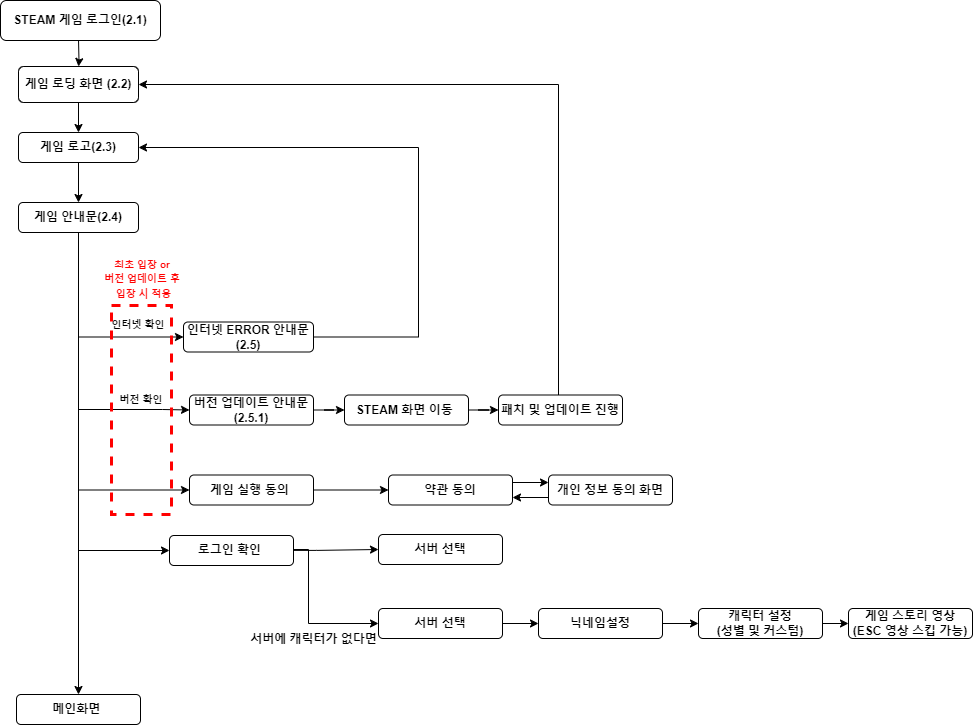
Earlier version of the draw.io export 게임진행_순서도.drawio.png (DeokgyunSHIN/Game_Flowchart). Source tidied: cells renumbered, new cells last; positions are measured from the earlier drawing's top-left corner, leaving out a move shared by most shapes.
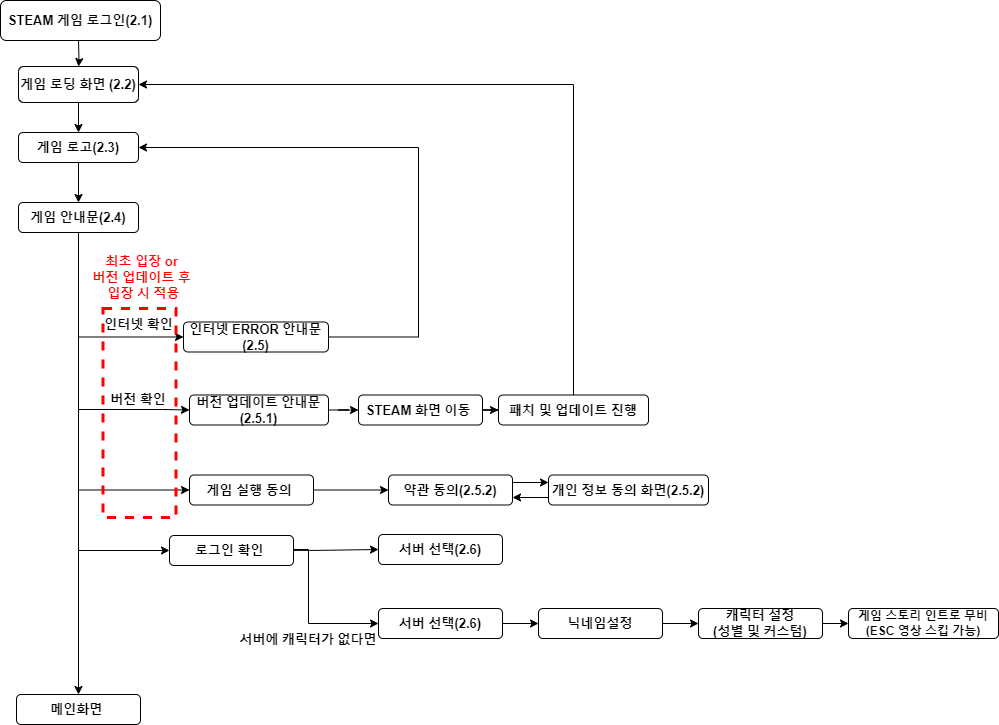
The same file after the commit.

Commit message:
게임진행_순서도.drawio.png 업데이트

What changed in the source:
```diff
@@ -2,40 +2,40 @@
   <root>
     <mxCell id="0" />
     <mxCell id="1" parent="0" />
-    <mxCell id="2" style="edgeStyle=orthogonalEdgeStyle;rounded=0;jettySize=auto;html=1;" parent="1" edge="1" target="6">
+    <mxCell id="2" style="edgeStyle=orthogonalEdgeStyle;rounded=0;jettySize=auto;html=1;fontSize=13;" parent="1" edge="1" target="6">
       <mxGeometry relative="1" as="geometry">
         <mxPoint x="78" y="40" as="sourcePoint" />
       </mxGeometry>
     </mxCell>
-    <mxCell id="3" value="STEAM 게임 로그인(2.1)" style="rounded=1;whiteSpace=wrap;html=1;fontStyle=1;" parent="1" vertex="1">
+    <mxCell id="3" value="STEAM 게임 로그인(2.1)" style="rounded=1;whiteSpace=wrap;html=1;fontStyle=1;fontSize=13;" parent="1" vertex="1">
       <mxGeometry width="160" height="40" as="geometry" />
     </mxCell>
-    <mxCell id="4" style="edgeStyle=orthogonalEdgeStyle;rounded=0;orthogonalLoop=1;jettySize=auto;html=1;exitX=0.5;exitY=1;exitDx=0;exitDy=0;" parent="1" edge="1">
+    <mxCell id="4" style="edgeStyle=orthogonalEdgeStyle;rounded=0;orthogonalLoop=1;jettySize=auto;html=1;exitX=0.5;exitY=1;exitDx=0;exitDy=0;fontSize=13;" parent="1" edge="1">
       <mxGeometry relative="1" as="geometry">
         <mxPoint x="78" y="40" as="sourcePoint" />
         <mxPoint x="78" y="40" as="targetPoint" />
       </mxGeometry>
     </mxCell>
-    <mxCell id="5" style="edgeStyle=orthogonalEdgeStyle;rounded=0;jettySize=auto;html=1;entryX=0.5;entryY=0;entryDx=0;entryDy=0;" parent="1" edge="1" source="6" target="8">
+    <mxCell id="5" style="edgeStyle=orthogonalEdgeStyle;rounded=0;jettySize=auto;html=1;entryX=0.5;entryY=0;entryDx=0;entryDy=0;fontSize=13;" parent="1" edge="1" source="6" target="8">
       <mxGeometry relative="1" as="geometry" />
     </mxCell>
-    <mxCell id="6" value="게임 로딩 화면 (2.2)" style="rounded=1;whiteSpace=wrap;html=1;fontStyle=1;" parent="1" vertex="1">
+    <mxCell id="6" value="게임 로딩 화면 (2.2)" style="rounded=1;whiteSpace=wrap;html=1;fontStyle=1;fontSize=13;" parent="1" vertex="1">
       <mxGeometry x="18" y="66" width="120" height="36" as="geometry" />
     </mxCell>
-    <mxCell id="7" style="edgeStyle=orthogonalEdgeStyle;rounded=0;jettySize=auto;html=1;" parent="1" edge="1" source="8" target="14">
+    <mxCell id="7" style="edgeStyle=orthogonalEdgeStyle;rounded=0;jettySize=auto;html=1;fontSize=13;" parent="1" edge="1" source="8" target="14">
       <mxGeometry relative="1" as="geometry" />
     </mxCell>
-    <mxCell id="8" value="게임 로고(2.3)" style="rounded=1;whiteSpace=wrap;html=1;fontStyle=1;" parent="1" vertex="1">
+    <mxCell id="8" value="게임 로고(2.3)" style="rounded=1;whiteSpace=wrap;html=1;fontStyle=1;fontSize=13;" parent="1" vertex="1">
       <mxGeometry x="18" y="132" width="120" height="30" as="geometry" />
     </mxCell>
-    <mxCell id="9" style="edgeStyle=orthogonalEdgeStyle;rounded=0;jettySize=auto;html=1;entryX=0;entryY=0.5;entryDx=0;entryDy=0;exitX=0.5;exitY=1;exitDx=0;exitDy=0;" parent="1" edge="1" source="14" target="16">
+    <mxCell id="9" style="edgeStyle=orthogonalEdgeStyle;rounded=0;jettySize=auto;html=1;entryX=0;entryY=0.5;entryDx=0;entryDy=0;exitX=0.5;exitY=1;exitDx=0;exitDy=0;fontSize=13;" parent="1" edge="1" source="14" target="16">
       <mxGeometry relative="1" as="geometry">
         <Array as="points">
           <mxPoint x="78" y="336" />
         </Array>
       </mxGeometry>
     </mxCell>
-    <mxCell id="10" style="edgeStyle=orthogonalEdgeStyle;rounded=0;jettySize=auto;html=1;entryX=0;entryY=0.5;entryDx=0;entryDy=0;" parent="1" edge="1" source="14" target="18">
+    <mxCell id="10" style="edgeStyle=orthogonalEdgeStyle;rounded=0;jettySize=auto;html=1;entryX=0;entryY=0.5;entryDx=0;entryDy=0;fontSize=13;" parent="1" edge="1" source="14" target="18">
       <mxGeometry relative="1" as="geometry">
         <Array as="points">
           <mxPoint x="78" y="409" />
@@ -43,19 +43,19 @@
         </Array>
       </mxGeometry>
     </mxCell>
-    <mxCell id="11" style="edgeStyle=orthogonalEdgeStyle;rounded=0;jettySize=auto;html=1;entryX=0;entryY=0.5;entryDx=0;entryDy=0;exitX=0.5;exitY=1;exitDx=0;exitDy=0;" parent="1" edge="1" source="14" target="25">
+    <mxCell id="11" style="edgeStyle=orthogonalEdgeStyle;rounded=0;jettySize=auto;html=1;entryX=0;entryY=0.5;entryDx=0;entryDy=0;exitX=0.5;exitY=1;exitDx=0;exitDy=0;fontSize=13;" parent="1" edge="1" source="14" target="25">
       <mxGeometry relative="1" as="geometry" />
     </mxCell>
-    <mxCell id="12" style="edgeStyle=orthogonalEdgeStyle;rounded=0;jettySize=auto;html=1;" parent="1" edge="1" source="14" target="33">
+    <mxCell id="12" style="edgeStyle=orthogonalEdgeStyle;rounded=0;jettySize=auto;html=1;fontSize=13;" parent="1" edge="1" source="14" target="33">
       <mxGeometry relative="1" as="geometry" />
     </mxCell>
-    <mxCell id="13" style="edgeStyle=orthogonalEdgeStyle;rounded=0;jettySize=auto;html=1;entryX=0;entryY=0.5;entryDx=0;entryDy=0;exitX=0.5;exitY=1;exitDx=0;exitDy=0;" parent="1" edge="1" source="14" target="37">
+    <mxCell id="13" style="edgeStyle=orthogonalEdgeStyle;rounded=0;jettySize=auto;html=1;entryX=0;entryY=0.5;entryDx=0;entryDy=0;exitX=0.5;exitY=1;exitDx=0;exitDy=0;fontSize=13;" parent="1" edge="1" source="14" target="37">
       <mxGeometry relative="1" as="geometry" />
     </mxCell>
-    <mxCell id="14" value="게임 안내문(2.4)" style="rounded=1;whiteSpace=wrap;html=1;fontStyle=1;" parent="1" vertex="1">
+    <mxCell id="14" value="게임 안내문(2.4)" style="rounded=1;whiteSpace=wrap;html=1;fontStyle=1;fontSize=13;" parent="1" vertex="1">
       <mxGeometry x="18" y="202" width="120" height="30" as="geometry" />
     </mxCell>
-    <mxCell id="15" style="edgeStyle=orthogonalEdgeStyle;rounded=0;jettySize=auto;html=1;entryX=1;entryY=0.5;entryDx=0;entryDy=0;" parent="1" edge="1" source="16" target="8">
+    <mxCell id="15" style="edgeStyle=orthogonalEdgeStyle;rounded=0;jettySize=auto;html=1;entryX=1;entryY=0.5;entryDx=0;entryDy=0;fontSize=13;" parent="1" edge="1" source="16" target="8">
       <mxGeometry relative="1" as="geometry">
         <Array as="points">
           <mxPoint x="418" y="337" />
@@ -63,32 +63,32 @@
         </Array>
       </mxGeometry>
     </mxCell>
-    <mxCell id="16" value="인터넷 ERROR 안내문(2.5)" style="rounded=1;whiteSpace=wrap;html=1;fontStyle=1;" parent="1" vertex="1">
-      <mxGeometry x="183" y="321.5" width="130" height="30" as="geometry" />
+    <mxCell id="16" value="인터넷 ERROR 안내문(2.5)" style="rounded=1;whiteSpace=wrap;html=1;fontStyle=1;fontSize=13;" parent="1" vertex="1">
+      <mxGeometry x="183" y="321.5" width="145" height="30" as="geometry" />
     </mxCell>
-    <mxCell id="17" style="edgeStyle=orthogonalEdgeStyle;rounded=0;jettySize=auto;html=1;" parent="1" edge="1" source="18" target="20">
+    <mxCell id="17" style="edgeStyle=orthogonalEdgeStyle;rounded=0;jettySize=auto;html=1;fontSize=13;" parent="1" edge="1" source="18" target="20">
       <mxGeometry relative="1" as="geometry" />
     </mxCell>
-    <mxCell id="18" value="버전 업데이트 안내문(2.5.1)" style="rounded=1;whiteSpace=wrap;html=1;fontStyle=1;" parent="1" vertex="1">
-      <mxGeometry x="189" y="394.5" width="124" height="30" as="geometry" />
+    <mxCell id="18" value="버전 업데이트 안내문(2.5.1)" style="rounded=1;whiteSpace=wrap;html=1;fontStyle=1;fontSize=13;" parent="1" vertex="1">
+      <mxGeometry x="189" y="394.5" width="139" height="30" as="geometry" />
     </mxCell>
-    <mxCell id="19" style="edgeStyle=orthogonalEdgeStyle;rounded=0;jettySize=auto;html=1;entryX=0;entryY=0.5;entryDx=0;entryDy=0;" parent="1" edge="1" source="20" target="22">
+    <mxCell id="19" style="edgeStyle=orthogonalEdgeStyle;rounded=0;jettySize=auto;html=1;entryX=0;entryY=0.5;entryDx=0;entryDy=0;fontSize=13;" parent="1" edge="1" source="20" target="22">
       <mxGeometry relative="1" as="geometry" />
     </mxCell>
-    <mxCell id="20" value="STEAM 화면 이동&amp;nbsp;" style="rounded=1;whiteSpace=wrap;html=1;fontStyle=1;" parent="1" vertex="1">
-      <mxGeometry x="344" y="394.5" width="124" height="30" as="geometry" />
+    <mxCell id="20" value="STEAM 화면 이동&amp;nbsp;" style="rounded=1;whiteSpace=wrap;html=1;fontStyle=1;fontSize=13;" parent="1" vertex="1">
+      <mxGeometry x="358" y="394.5" width="124" height="30" as="geometry" />
     </mxCell>
-    <mxCell id="21" style="edgeStyle=orthogonalEdgeStyle;rounded=0;jettySize=auto;html=1;entryX=1;entryY=0.5;entryDx=0;entryDy=0;" parent="1" edge="1" source="22" target="6">
+    <mxCell id="21" style="edgeStyle=orthogonalEdgeStyle;rounded=0;jettySize=auto;html=1;entryX=1;entryY=0.5;entryDx=0;entryDy=0;fontSize=13;exitX=0.5;exitY=0;exitDx=0;exitDy=0;" parent="1" edge="1" source="22" target="6">
       <mxGeometry relative="1" as="geometry">
         <Array as="points">
-          <mxPoint x="558" y="84" />
+          <mxPoint x="573" y="84" />
         </Array>
       </mxGeometry>
     </mxCell>
-    <mxCell id="22" value="패치 및 업데이트 진행" style="rounded=1;whiteSpace=wrap;html=1;fontStyle=1;" parent="1" vertex="1">
-      <mxGeometry x="498" y="394.5" width="124" height="30" as="geometry" />
+    <mxCell id="22" value="패치 및 업데이트 진행" style="rounded=1;whiteSpace=wrap;html=1;fontStyle=1;fontSize=13;" parent="1" vertex="1">
+      <mxGeometry x="498" y="394.5" width="150" height="30" as="geometry" />
     </mxCell>
-    <mxCell id="23" style="edgeStyle=orthogonalEdgeStyle;rounded=0;jettySize=auto;html=1;entryX=0;entryY=0.5;entryDx=0;entryDy=0;" parent="1" edge="1" target="26">
+    <mxCell id="23" style="edgeStyle=orthogonalEdgeStyle;rounded=0;jettySize=auto;html=1;entryX=0;entryY=0.5;entryDx=0;entryDy=0;fontSize=13;" parent="1" edge="1" target="26">
       <mxGeometry relative="1" as="geometry">
         <mxPoint x="293" y="549.9" as="sourcePoint" />
         <Array as="points">
@@ -96,7 +96,7 @@
         </Array>
       </mxGeometry>
     </mxCell>
-    <mxCell id="24" style="edgeStyle=orthogonalEdgeStyle;rounded=0;jettySize=auto;html=1;entryX=0;entryY=0.5;entryDx=0;entryDy=0;exitX=1;exitY=0.5;exitDx=0;exitDy=0;" parent="1" edge="1" source="25" target="28">
+    <mxCell id="24" style="edgeStyle=orthogonalEdgeStyle;rounded=0;jettySize=auto;html=1;entryX=0;entryY=0.5;entryDx=0;entryDy=0;exitX=1;exitY=0.5;exitDx=0;exitDy=0;fontSize=13;" parent="1" edge="1" source="25" target="28">
       <mxGeometry relative="1" as="geometry">
         <Array as="points">
           <mxPoint x="293" y="549" />
@@ -105,67 +105,67 @@
         </Array>
       </mxGeometry>
     </mxCell>
-    <mxCell id="25" value="로그인 확인&amp;nbsp;" style="rounded=1;whiteSpace=wrap;html=1;fontStyle=1;" parent="1" vertex="1">
+    <mxCell id="25" value="로그인 확인&amp;nbsp;" style="rounded=1;whiteSpace=wrap;html=1;fontStyle=1;fontSize=13;" parent="1" vertex="1">
       <mxGeometry x="169" y="535" width="124" height="30" as="geometry" />
     </mxCell>
-    <mxCell id="26" value="서버 선택" style="rounded=1;whiteSpace=wrap;html=1;fontStyle=1;" parent="1" vertex="1">
+    <mxCell id="26" value="서버 선택(2.6)" style="rounded=1;whiteSpace=wrap;html=1;fontStyle=1;fontSize=13;" parent="1" vertex="1">
       <mxGeometry x="378" y="534" width="124" height="30" as="geometry" />
     </mxCell>
-    <mxCell id="27" style="edgeStyle=orthogonalEdgeStyle;rounded=0;jettySize=auto;html=1;fontStyle=1;" parent="1" edge="1" source="28" target="30">
+    <mxCell id="27" style="edgeStyle=orthogonalEdgeStyle;rounded=0;jettySize=auto;html=1;fontStyle=1;fontSize=13;" parent="1" edge="1" source="28" target="30">
       <mxGeometry relative="1" as="geometry" />
     </mxCell>
-    <mxCell id="28" value="서버 선택" style="rounded=1;whiteSpace=wrap;html=1;fontStyle=1;" parent="1" vertex="1">
+    <mxCell id="28" value="서버 선택(2.6)" style="rounded=1;whiteSpace=wrap;html=1;fontStyle=1;fontSize=13;" parent="1" vertex="1">
       <mxGeometry x="378" y="608" width="124" height="30" as="geometry" />
     </mxCell>
-    <mxCell id="29" style="edgeStyle=orthogonalEdgeStyle;rounded=0;jettySize=auto;html=1;fontStyle=1;" parent="1" edge="1" source="30" target="32">
+    <mxCell id="29" style="edgeStyle=orthogonalEdgeStyle;rounded=0;jettySize=auto;html=1;fontStyle=1;fontSize=13;" parent="1" edge="1" source="30" target="32">
       <mxGeometry relative="1" as="geometry" />
     </mxCell>
-    <mxCell id="30" value="닉네임설정" style="rounded=1;whiteSpace=wrap;html=1;fontStyle=1;" parent="1" vertex="1">
+    <mxCell id="30" value="닉네임설정" style="rounded=1;whiteSpace=wrap;html=1;fontStyle=1;fontSize=13;" parent="1" vertex="1">
       <mxGeometry x="538" y="608" width="124" height="30" as="geometry" />
     </mxCell>
-    <mxCell id="31" style="edgeStyle=orthogonalEdgeStyle;rounded=0;jettySize=auto;html=1;fontStyle=1;" parent="1" edge="1" source="32" target="43">
+    <mxCell id="31" style="edgeStyle=orthogonalEdgeStyle;rounded=0;jettySize=auto;html=1;fontStyle=1;fontSize=13;" parent="1" edge="1" source="32" target="43">
       <mxGeometry relative="1" as="geometry" />
     </mxCell>
-    <mxCell id="32" value="캐릭터 설정&lt;div&gt;(성별 및 커스텀)&lt;/div&gt;" style="rounded=1;whiteSpace=wrap;html=1;fontStyle=1;" parent="1" vertex="1">
+    <mxCell id="32" value="캐릭터 설정&lt;div style=&quot;font-size: 13px;&quot;&gt;(성별 및 커스텀)&lt;/div&gt;" style="rounded=1;whiteSpace=wrap;html=1;fontStyle=1;fontSize=13;" parent="1" vertex="1">
       <mxGeometry x="698" y="608" width="124" height="30" as="geometry" />
     </mxCell>
-    <mxCell id="33" value="메인화면&amp;nbsp;" style="rounded=1;whiteSpace=wrap;html=1;fontStyle=1;" parent="1" vertex="1">
+    <mxCell id="33" value="메인화면&amp;nbsp;" style="rounded=1;whiteSpace=wrap;html=1;fontStyle=1;fontSize=13;" parent="1" vertex="1">
       <mxGeometry x="16" y="694" width="124" height="30" as="geometry" />
     </mxCell>
-    <mxCell id="34" value="&lt;font style=&quot;font-size: 10px;&quot;&gt;인터넷 확인&lt;/font&gt;" style="text;html=1;align=center;verticalAlign=middle;whiteSpace=wrap;rounded=0;fontStyle=1;" parent="1" vertex="1">
-      <mxGeometry x="103" y="314" width="70" height="20" as="geometry" />
+    <mxCell id="34" value="&lt;font style=&quot;font-size: 13px;&quot;&gt;인터넷 확인&lt;/font&gt;" style="text;html=1;align=center;verticalAlign=middle;whiteSpace=wrap;rounded=0;fontStyle=1;fontSize=13;" parent="1" vertex="1">
+      <mxGeometry x="95.5" y="314" width="85" height="20" as="geometry" />
     </mxCell>
-    <mxCell id="35" value="&lt;font style=&quot;font-size: 10px;&quot;&gt;버전 확인&lt;/font&gt;" style="text;html=1;align=center;verticalAlign=middle;whiteSpace=wrap;rounded=0;fontStyle=1;" parent="1" vertex="1">
-      <mxGeometry x="106" y="389" width="70" height="20" as="geometry" />
+    <mxCell id="35" value="&lt;font style=&quot;font-size: 13px;&quot;&gt;버전 확인&lt;/font&gt;" style="text;html=1;align=center;verticalAlign=middle;whiteSpace=wrap;rounded=0;fontStyle=1;fontSize=13;" parent="1" vertex="1">
+      <mxGeometry x="103" y="389" width="70" height="20" as="geometry" />
     </mxCell>
-    <mxCell id="36" style="edgeStyle=orthogonalEdgeStyle;rounded=0;jettySize=auto;html=1;" parent="1" edge="1" source="37" target="38">
+    <mxCell id="36" style="edgeStyle=orthogonalEdgeStyle;rounded=0;jettySize=auto;html=1;fontSize=13;" parent="1" edge="1" source="37" target="38">
       <mxGeometry relative="1" as="geometry" />
     </mxCell>
-    <mxCell id="37" value="게임 실행 동의&amp;nbsp;" style="rounded=1;whiteSpace=wrap;html=1;fontStyle=1;" parent="1" vertex="1">
+    <mxCell id="37" value="게임 실행 동의&amp;nbsp;" style="rounded=1;whiteSpace=wrap;html=1;fontStyle=1;fontSize=13;" parent="1" vertex="1">
       <mxGeometry x="189" y="474.5" width="124" height="30" as="geometry" />
     </mxCell>
-    <mxCell id="38" value="약관 동의" style="rounded=1;whiteSpace=wrap;html=1;fontStyle=1;" parent="1" vertex="1">
+    <mxCell id="38" value="약관 동의(2.5.2)" style="rounded=1;whiteSpace=wrap;html=1;fontStyle=1;fontSize=13;" parent="1" vertex="1">
       <mxGeometry x="388" y="474.5" width="124" height="30" as="geometry" />
     </mxCell>
-    <mxCell id="39" value="개인 정보 동의 화면" style="rounded=1;whiteSpace=wrap;html=1;fontStyle=1;" parent="1" vertex="1">
-      <mxGeometry x="548" y="474.5" width="124" height="30" as="geometry" />
+    <mxCell id="39" value="개인 정보 동의 화면(2.5.2)" style="rounded=1;whiteSpace=wrap;html=1;fontStyle=1;fontSize=13;" parent="1" vertex="1">
+      <mxGeometry x="548" y="474.5" width="160" height="30" as="geometry" />
     </mxCell>
-    <mxCell id="40" style="endArrow=classic;html=1;rounded=0;entryX=0;entryY=0.25;entryDx=0;entryDy=0;exitX=1;exitY=0.25;exitDx=0;exitDy=0;" parent="1" edge="1" source="38" target="39">
+    <mxCell id="40" style="endArrow=classic;html=1;rounded=0;entryX=0;entryY=0.25;entryDx=0;entryDy=0;exitX=1;exitY=0.25;exitDx=0;exitDy=0;fontSize=13;" parent="1" edge="1" source="38" target="39">
       <mxGeometry relative="1" as="geometry" />
     </mxCell>
-    <mxCell id="41" style="endArrow=classic;html=1;rounded=0;entryX=1;entryY=0.75;entryDx=0;entryDy=0;exitX=0;exitY=0.75;exitDx=0;exitDy=0;" parent="1" edge="1" source="39" target="38">
+    <mxCell id="41" style="endArrow=classic;html=1;rounded=0;entryX=1;entryY=0.75;entryDx=0;entryDy=0;exitX=0;exitY=0.75;exitDx=0;exitDy=0;fontSize=13;" parent="1" edge="1" source="39" target="38">
       <mxGeometry relative="1" as="geometry" />
     </mxCell>
-    <mxCell id="42" value="서버에 캐릭터가 없다면" style="text;html=1;align=center;verticalAlign=middle;whiteSpace=wrap;rounded=0;fontStyle=1;" parent="1" vertex="1">
-      <mxGeometry x="249" y="624" width="129" height="30" as="geometry" />
+    <mxCell id="42" value="서버에 캐릭터가 없다면" style="text;html=1;align=center;verticalAlign=middle;whiteSpace=wrap;rounded=0;fontStyle=1;fontSize=13;" parent="1" vertex="1">
+      <mxGeometry x="238" y="624" width="140" height="30" as="geometry" />
     </mxCell>
-    <mxCell id="43" value="게임 스토리 영상&lt;div&gt;(ESC 영상 스킵 가능)&lt;/div&gt;" style="rounded=1;whiteSpace=wrap;html=1;fontStyle=1;" parent="1" vertex="1">
-      <mxGeometry x="848" y="608" width="124" height="30" as="geometry" />
+    <mxCell id="43" value="게임 스토리 인트로 무비&lt;div&gt;(ESC 영상 스킵 가능)&lt;/div&gt;" style="rounded=1;whiteSpace=wrap;html=1;fontStyle=1;" parent="1" vertex="1">
+      <mxGeometry x="848" y="608" width="150" height="30" as="geometry" />
     </mxCell>
-    <mxCell id="44" style="rounded=0;whiteSpace=wrap;html=1;fillColor=none;strokeColor=#FF0000;strokeWidth=3;dashed=1;" parent="1" vertex="1">
-      <mxGeometry x="111" y="305" width="60" height="209" as="geometry" />
+    <mxCell id="44" style="rounded=0;whiteSpace=wrap;html=1;fillColor=none;strokeColor=#FF0000;strokeWidth=3;dashed=1;fontSize=13;" parent="1" vertex="1">
+      <mxGeometry x="102.5" y="308" width="73" height="209" as="geometry" />
     </mxCell>
-    <mxCell id="45" value="&lt;span style=&quot;font-size: 10px;&quot;&gt;&lt;font color=&quot;#ff0000&quot;&gt;최초 입장 or&amp;nbsp;&lt;/font&gt;&lt;/span&gt;&lt;div&gt;&lt;span style=&quot;font-size: 10px;&quot;&gt;&lt;font color=&quot;#ff0000&quot;&gt;버전 업데이트 후&amp;nbsp;&lt;/font&gt;&lt;/span&gt;&lt;/div&gt;&lt;div&gt;&lt;span style=&quot;font-size: 10px;&quot;&gt;&lt;font color=&quot;#ff0000&quot;&gt;입장 시 적용&lt;/font&gt;&lt;/span&gt;&lt;/div&gt;&lt;div&gt;&lt;div&gt;&lt;br&gt;&lt;/div&gt;&lt;/div&gt;" style="text;html=1;align=center;verticalAlign=middle;whiteSpace=wrap;rounded=0;fontStyle=1;" parent="1" vertex="1">
+    <mxCell id="45" value="&lt;span style=&quot;font-size: 13px;&quot;&gt;&lt;font color=&quot;#ff0000&quot; style=&quot;font-size: 13px;&quot;&gt;최초 입장 or&amp;nbsp;&lt;/font&gt;&lt;/span&gt;&lt;div style=&quot;font-size: 13px;&quot;&gt;&lt;span style=&quot;font-size: 13px;&quot;&gt;&lt;font color=&quot;#ff0000&quot; style=&quot;font-size: 13px;&quot;&gt;버전 업데이트 후&amp;nbsp;&lt;/font&gt;&lt;/span&gt;&lt;/div&gt;&lt;div style=&quot;font-size: 13px;&quot;&gt;&lt;span style=&quot;font-size: 13px;&quot;&gt;&lt;font color=&quot;#ff0000&quot; style=&quot;font-size: 13px;&quot;&gt;입장 시 적용&lt;/font&gt;&lt;/span&gt;&lt;/div&gt;&lt;div style=&quot;font-size: 13px;&quot;&gt;&lt;div style=&quot;font-size: 13px;&quot;&gt;&lt;br style=&quot;font-size: 13px;&quot;&gt;&lt;/div&gt;&lt;/div&gt;" style="text;html=1;align=center;verticalAlign=middle;whiteSpace=wrap;rounded=0;fontStyle=1;fontSize=13;" parent="1" vertex="1">
       <mxGeometry x="78.5" y="265" width="129" height="40" as="geometry" />
     </mxCell>
   </root>
```
